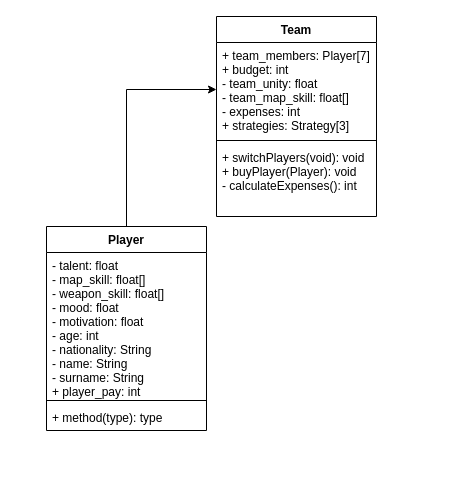
This is fps_manager_uml.drawio from damiapp/FPS_Manager, a draw.io file, before an edit. Source tidied: cells renumbered, new cells numbered last; positions are measured from the earlier drawing's top-left corner, leaving out a move shared by most shapes. Both pictures are drawn from the tidied source at 100%, with x=0, y=0 at pixel (46, 16).
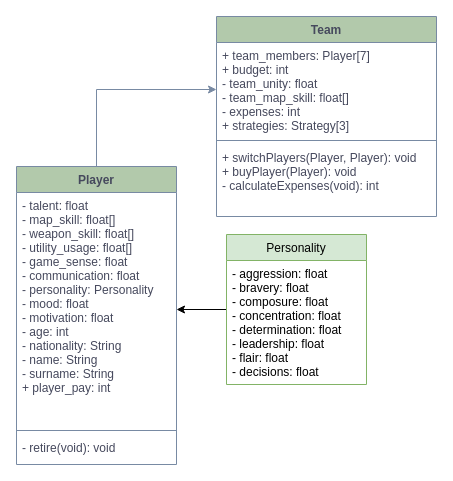
Above is the later version.

The edit, as a diff of the source:
```diff
@@
 <mxGraphModel>
   <root>
     <mxCell id="0" />
     <mxCell id="1" parent="0" />
-    <mxCell id="2" value="Team" style="swimlane;fontStyle=1;align=center;verticalAlign=top;horizontal=1;startSize=26;" parent="1" vertex="1">
-      <mxGeometry x="170" width="160" height="200" as="geometry" />
+    <mxCell id="2" value="Team" style="swimlane;fontStyle=1;align=center;verticalAlign=top;horizontal=1;startSize=26;fillColor=#B2C9AB;strokeColor=#788AA3;fontColor=#46495D;" parent="1" vertex="1">
+      <mxGeometry x="170" width="220" height="200" as="geometry" />
     </mxCell>
-    <mxCell id="3" value="+ team_members: Player[7]&#10;+ budget: int&#10;- team_unity: float&#10;- team_map_skill: float[]&#10;- expenses: int&#10;+ strategies: Strategy[3]&#10;" style="text;strokeColor=none;fillColor=none;align=left;verticalAlign=top;spacingLeft=4;spacingRight=4;overflow=hidden;points=[[0,0.5],[1,0.5]];portConstraint=eastwest;" parent="2" vertex="1">
-      <mxGeometry y="26" width="160" height="94" as="geometry" />
+    <mxCell id="3" value="+ team_members: Player[7]&#10;+ budget: int&#10;- team_unity: float&#10;- team_map_skill: float[]&#10;- expenses: int&#10;+ strategies: Strategy[3]&#10;" style="text;strokeColor=none;fillColor=none;align=left;verticalAlign=top;spacingLeft=4;spacingRight=4;overflow=hidden;points=[[0,0.5],[1,0.5]];portConstraint=eastwest;fontColor=#46495D;" parent="2" vertex="1">
+      <mxGeometry y="26" width="220" height="94" as="geometry" />
     </mxCell>
-    <mxCell id="4" style="line;strokeWidth=1;fillColor=none;align=left;verticalAlign=middle;spacingTop=-1;spacingLeft=3;spacingRight=3;labelPosition=right;" parent="2" vertex="1">
-      <mxGeometry y="120" width="160" height="8" as="geometry" />
+    <mxCell id="4" style="line;strokeWidth=1;fillColor=none;align=left;verticalAlign=middle;spacingTop=-1;spacingLeft=3;spacingRight=3;labelPosition=right;strokeColor=#788AA3;fontColor=#46495D;" parent="2" vertex="1">
+      <mxGeometry y="120" width="220" height="8" as="geometry" />
     </mxCell>
-    <mxCell id="5" value="+ switchPlayers(void): void&#10;+ buyPlayer(Player): void&#10;- calculateExpenses(): int" style="text;strokeColor=none;fillColor=none;align=left;verticalAlign=top;spacingLeft=4;spacingRight=4;overflow=hidden;" parent="2" vertex="1">
-      <mxGeometry y="128" width="160" height="72" as="geometry" />
+    <mxCell id="5" value="+ switchPlayers(Player, Player): void&#10;+ buyPlayer(Player): void&#10;- calculateExpenses(void): int" style="text;strokeColor=none;fillColor=none;align=left;verticalAlign=top;spacingLeft=4;spacingRight=4;overflow=hidden;fontColor=#46495D;" parent="2" vertex="1">
+      <mxGeometry y="128" width="220" height="72" as="geometry" />
     </mxCell>
-    <mxCell id="6" style="edgeStyle=orthogonalEdgeStyle;rounded=0;jettySize=auto;html=1;entryX=0;entryY=0.5;entryDx=0;entryDy=0;" parent="1" edge="1" source="7" target="3">
-      <mxGeometry relative="1" as="geometry" />
+    <mxCell id="6" style="edgeStyle=orthogonalEdgeStyle;rounded=0;jettySize=auto;html=1;entryX=0;entryY=0.5;entryDx=0;entryDy=0;strokeColor=#788AA3;fontColor=#46495D;" parent="1" edge="1" source="7" target="3">
+      <mxGeometry relative="1" as="geometry">
+        <Array as="points">
+          <mxPoint x="50" y="73" />
+        </Array>
+      </mxGeometry>
     </mxCell>
-    <mxCell id="7" value="Player" style="swimlane;fontStyle=1;align=center;verticalAlign=top;horizontal=1;startSize=26;" parent="1" vertex="1">
-      <mxGeometry y="210" width="160" height="204" as="geometry" />
+    <mxCell id="7" value="Player" style="swimlane;fontStyle=1;align=center;verticalAlign=top;horizontal=1;startSize=26;fillColor=#B2C9AB;strokeColor=#788AA3;fontColor=#46495D;" parent="1" vertex="1">
+      <mxGeometry x="-30" y="150" width="160" height="298" as="geometry" />
     </mxCell>
-    <mxCell id="8" value="- talent: float&#10;- map_skill: float[]&#10;- weapon_skill: float[]&#10;- mood: float&#10;- motivation: float&#10;- age: int&#10;- nationality: String&#10;- name: String&#10;- surname: String&#10;+ player_pay: int" style="text;strokeColor=none;fillColor=none;align=left;verticalAlign=top;spacingLeft=4;spacingRight=4;overflow=hidden;points=[[0,0.5],[1,0.5]];portConstraint=eastwest;" parent="7" vertex="1">
-      <mxGeometry y="26" width="160" height="144" as="geometry" />
+    <mxCell id="8" value="- talent: float&#10;- map_skill: float[]&#10;- weapon_skill: float[]&#10;- utility_usage: float[]&#10;- game_sense: float&#10;- communication: float&#10;- personality: Personality  &#10;- mood: float&#10;- motivation: float&#10;- age: int&#10;- nationality: String&#10;- name: String&#10;- surname: String&#10;+ player_pay: int" style="text;strokeColor=none;fillColor=none;align=left;verticalAlign=top;spacingLeft=4;spacingRight=4;overflow=hidden;points=[[0,0.5],[1,0.5]];portConstraint=eastwest;fontColor=#46495D;" parent="7" vertex="1">
+      <mxGeometry y="26" width="160" height="234" as="geometry" />
     </mxCell>
-    <mxCell id="9" style="line;strokeWidth=1;fillColor=none;align=left;verticalAlign=middle;spacingTop=-1;spacingLeft=3;spacingRight=3;labelPosition=right;" parent="7" vertex="1">
-      <mxGeometry y="170" width="160" height="8" as="geometry" />
+    <mxCell id="9" style="line;strokeWidth=1;fillColor=none;align=left;verticalAlign=middle;spacingTop=-1;spacingLeft=3;spacingRight=3;labelPosition=right;strokeColor=#788AA3;fontColor=#46495D;" parent="7" vertex="1">
+      <mxGeometry y="260" width="160" height="8" as="geometry" />
     </mxCell>
-    <mxCell id="10" value="+ method(type): type" style="text;strokeColor=none;fillColor=none;align=left;verticalAlign=top;spacingLeft=4;spacingRight=4;overflow=hidden;" parent="7" vertex="1">
-      <mxGeometry y="178" width="160" height="26" as="geometry" />
+    <mxCell id="10" value="- retire(void): void" style="text;strokeColor=none;fillColor=none;align=left;verticalAlign=top;spacingLeft=4;spacingRight=4;overflow=hidden;fontColor=#46495D;" parent="7" vertex="1">
+      <mxGeometry y="268" width="160" height="30" as="geometry" />
     </mxCell>
+    <mxCell id="11" style="edgeStyle=orthogonalEdgeStyle;rounded=0;jettySize=auto;html=1;entryX=1;entryY=0.5;entryDx=0;entryDy=0;" parent="1" edge="1" source="12" target="8">
+      <mxGeometry relative="1" as="geometry" />
+    </mxCell>
+    <mxCell id="12" value="Personality" style="swimlane;fontStyle=0;horizontal=1;startSize=26;fillColor=#d5e8d4;strokeColor=#82b366;" parent="1" vertex="1">
+      <mxGeometry x="180" y="218" width="140" height="150" as="geometry" />
+    </mxCell>
+    <mxCell id="13" value="- aggression: float&#10;- bravery: float&#10;- composure: float&#10;- concentration: float&#10;- determination: float&#10;- leadership: float&#10;- flair: float&#10;- decisions: float" style="text;strokeColor=none;fillColor=none;align=left;verticalAlign=top;spacingLeft=4;spacingRight=4;overflow=hidden;" parent="12" vertex="1">
+      <mxGeometry y="26" width="140" height="124" as="geometry" />
+    </mxCell>
   </root>
 </mxGraphModel>
```
